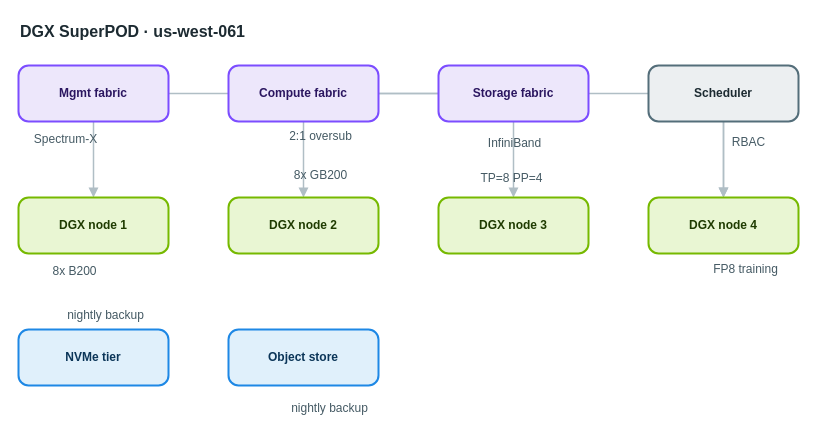
The draw.io diagram apps/web/public/samples/library/061-dgx-superpod.drawio in AryanG01/open-apprentice, before the edit. Source tidied: cells renumbered, new cells numbered last; positions are measured from the earlier drawing's top-left corner, leaving out a move shared by most shapes. Both pictures are drawn from the tidied source at 100%, with x=0, y=0 at pixel (18, 17).
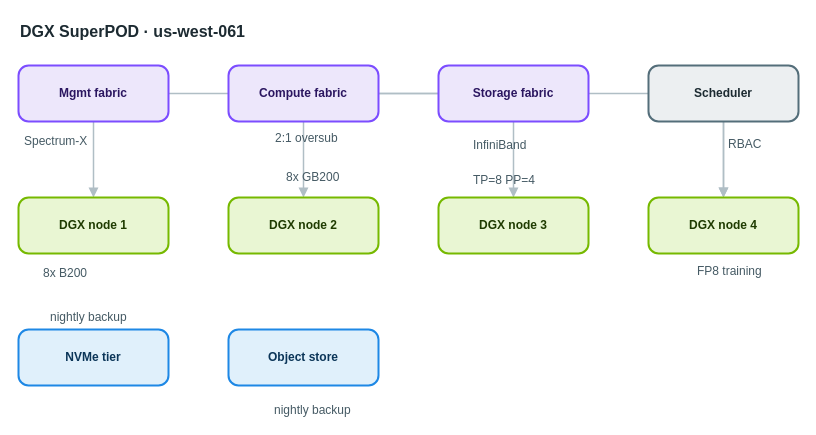
Above is the later version.

Change to the diagram source:
```diff
@@
-    <mxCell id="18" value="Spectrum-X" style="text;html=1;align=center;verticalAlign=middle;whiteSpace=nowrap;strokeColor=none;fillColor=none;fontSize=12;fontColor=#455a64;" parent="1" vertex="1">
+    <mxCell id="18" value="Spectrum-X" style="text;html=1;align=left;verticalAlign=top;whiteSpace=nowrap;spacing=0;spacingTop=0;strokeColor=none;fillColor=none;fontSize=12;fontColor=#455a64;" parent="1" vertex="1">
       <mxGeometry x="6" y="112" width="82" height="20" as="geometry" />
     </mxCell>
-    <mxCell id="19" value="2:1 oversub" style="text;html=1;align=center;verticalAlign=middle;whiteSpace=nowrap;strokeColor=none;fillColor=none;fontSize=12;fontColor=#455a64;" parent="1" vertex="1">
+    <mxCell id="19" value="2:1 oversub" style="text;html=1;align=left;verticalAlign=top;whiteSpace=nowrap;spacing=0;spacingTop=0;strokeColor=none;fillColor=none;fontSize=12;fontColor=#455a64;" parent="1" vertex="1">
       <mxGeometry x="257" y="109" width="89" height="20" as="geometry" />
     </mxCell>
-    <mxCell id="20" value="InfiniBand" style="text;html=1;align=center;verticalAlign=middle;whiteSpace=nowrap;strokeColor=none;fillColor=none;fontSize=12;fontColor=#455a64;" parent="1" vertex="1">
+    <mxCell id="20" value="InfiniBand" style="text;html=1;align=left;verticalAlign=top;whiteSpace=nowrap;spacing=0;spacingTop=0;strokeColor=none;fillColor=none;fontSize=12;fontColor=#455a64;" parent="1" vertex="1">
       <mxGeometry x="455" y="116" width="82" height="20" as="geometry" />
     </mxCell>
-    <mxCell id="21" value="8x B200" style="text;html=1;align=center;verticalAlign=middle;whiteSpace=nowrap;strokeColor=none;fillColor=none;fontSize=12;fontColor=#455a64;" parent="1" vertex="1">
+    <mxCell id="21" value="8x B200" style="text;html=1;align=left;verticalAlign=top;whiteSpace=nowrap;spacing=0;spacingTop=0;strokeColor=none;fillColor=none;fontSize=12;fontColor=#455a64;" parent="1" vertex="1">
       <mxGeometry x="25" y="244" width="61" height="20" as="geometry" />
     </mxCell>
-    <mxCell id="22" value="8x GB200" style="text;html=1;align=center;verticalAlign=middle;whiteSpace=nowrap;strokeColor=none;fillColor=none;fontSize=12;fontColor=#455a64;" parent="1" vertex="1">
+    <mxCell id="22" value="8x GB200" style="text;html=1;align=left;verticalAlign=top;whiteSpace=nowrap;spacing=0;spacingTop=0;strokeColor=none;fillColor=none;fontSize=12;fontColor=#455a64;" parent="1" vertex="1">
       <mxGeometry x="268" y="148" width="68" height="20" as="geometry" />
     </mxCell>
-    <mxCell id="23" value="TP=8 PP=4" style="text;html=1;align=center;verticalAlign=middle;whiteSpace=nowrap;strokeColor=none;fillColor=none;fontSize=12;fontColor=#455a64;" parent="1" vertex="1">
+    <mxCell id="23" value="TP=8 PP=4" style="text;html=1;align=left;verticalAlign=top;whiteSpace=nowrap;spacing=0;spacingTop=0;strokeColor=none;fillColor=none;fontSize=12;fontColor=#455a64;" parent="1" vertex="1">
       <mxGeometry x="455" y="151" width="75" height="20" as="geometry" />
     </mxCell>
-    <mxCell id="24" value="FP8 training" style="text;html=1;align=center;verticalAlign=middle;whiteSpace=nowrap;strokeColor=none;fillColor=none;fontSize=12;fontColor=#455a64;" parent="1" vertex="1">
+    <mxCell id="24" value="FP8 training" style="text;html=1;align=left;verticalAlign=top;whiteSpace=nowrap;spacing=0;spacingTop=0;strokeColor=none;fillColor=none;fontSize=12;fontColor=#455a64;" parent="1" vertex="1">
       <mxGeometry x="679" y="242" width="96" height="20" as="geometry" />
     </mxCell>
-    <mxCell id="25" value="nightly backup" style="text;html=1;align=center;verticalAlign=middle;whiteSpace=nowrap;strokeColor=none;fillColor=none;fontSize=12;fontColor=#455a64;" parent="1" vertex="1">
+    <mxCell id="25" value="nightly backup" style="text;html=1;align=left;verticalAlign=top;whiteSpace=nowrap;spacing=0;spacingTop=0;strokeColor=none;fillColor=none;fontSize=12;fontColor=#455a64;" parent="1" vertex="1">
       <mxGeometry x="32" y="288" width="110" height="20" as="geometry" />
     </mxCell>
-    <mxCell id="26" value="nightly backup" style="text;html=1;align=center;verticalAlign=middle;whiteSpace=nowrap;strokeColor=none;fillColor=none;fontSize=12;fontColor=#455a64;" parent="1" vertex="1">
+    <mxCell id="26" value="nightly backup" style="text;html=1;align=left;verticalAlign=top;whiteSpace=nowrap;spacing=0;spacingTop=0;strokeColor=none;fillColor=none;fontSize=12;fontColor=#455a64;" parent="1" vertex="1">
       <mxGeometry x="256" y="381" width="110" height="20" as="geometry" />
     </mxCell>
-    <mxCell id="27" value="RBAC" style="text;html=1;align=center;verticalAlign=middle;whiteSpace=nowrap;strokeColor=none;fillColor=none;fontSize=12;fontColor=#455a64;" parent="1" vertex="1">
+    <mxCell id="27" value="RBAC" style="text;html=1;align=left;verticalAlign=top;whiteSpace=nowrap;spacing=0;spacingTop=0;strokeColor=none;fillColor=none;fontSize=12;fontColor=#455a64;" parent="1" vertex="1">
       <mxGeometry x="710" y="115" width="40" height="20" as="geometry" />
     </mxCell>
```
